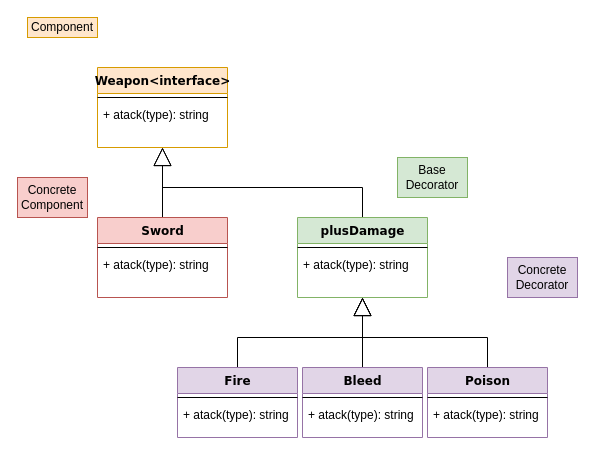
This is assets/drawio/Decorator.drawio from nicolaskruger/designPatterns, a draw.io file, before an edit. Source tidied: cells renumbered, new cells numbered last; positions are measured from the earlier drawing's top-left corner, leaving out a move shared by most shapes. Both pictures are drawn from the tidied source at 100%, with x=0, y=0 at pixel (17, 17).
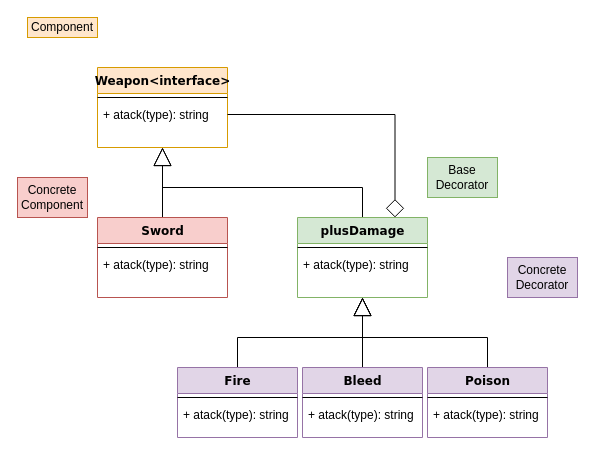
After the change.

The change refers to these unchanged cells:
```xml
<mxCell id="6" value="+ atack(type): string" style="text;html=1;strokeColor=none;fillColor=none;align=left;verticalAlign=top;spacingLeft=4;spacingRight=4;whiteSpace=wrap;overflow=hidden;points=[[0,0.5],[1,0.5]];portConstraint=eastwest;" parent="4" vertex="1">
  <mxGeometry y="34" width="130" height="26" as="geometry" />
</mxCell>
<mxCell id="15" value="plusDamage" style="swimlane;html=1;fontStyle=1;align=center;verticalAlign=top;horizontal=1;startSize=26;swimlaneFillColor=#ffffff;rounded=0;shadow=0;comic=0;labelBackgroundColor=none;strokeWidth=1;fillColor=#d5e8d4;fontFamily=Verdana;fontSize=12;strokeColor=#82b366;" parent="1" vertex="1">
  <mxGeometry x="280" y="200" width="130" height="80" as="geometry" />
</mxCell>
```

Diff of the diagram source:
```diff
@@
+    <mxCell id="29" style="edgeStyle=orthogonalEdgeStyle;rounded=0;jettySize=auto;html=1;exitX=0.75;exitY=0;exitDx=0;exitDy=0;entryX=1;entryY=0.5;entryDx=0;entryDy=0;startArrow=diamond;startFill=0;startSize=16;endArrow=none;endFill=0;" parent="1" edge="1" source="15" target="6">
+      <mxGeometry relative="1" as="geometry" />
+    </mxCell>
@@
     <mxCell id="18" value="Base&lt;br&gt;Decorator" style="text;html=1;strokeColor=#82b366;fillColor=#d5e8d4;align=center;verticalAlign=middle;whiteSpace=wrap;rounded=0;" parent="1" vertex="1">
-      <mxGeometry x="380" y="140" width="70" height="40" as="geometry" />
+      <mxGeometry x="410" y="140" width="70" height="40" as="geometry" />
     </mxCell>
```
